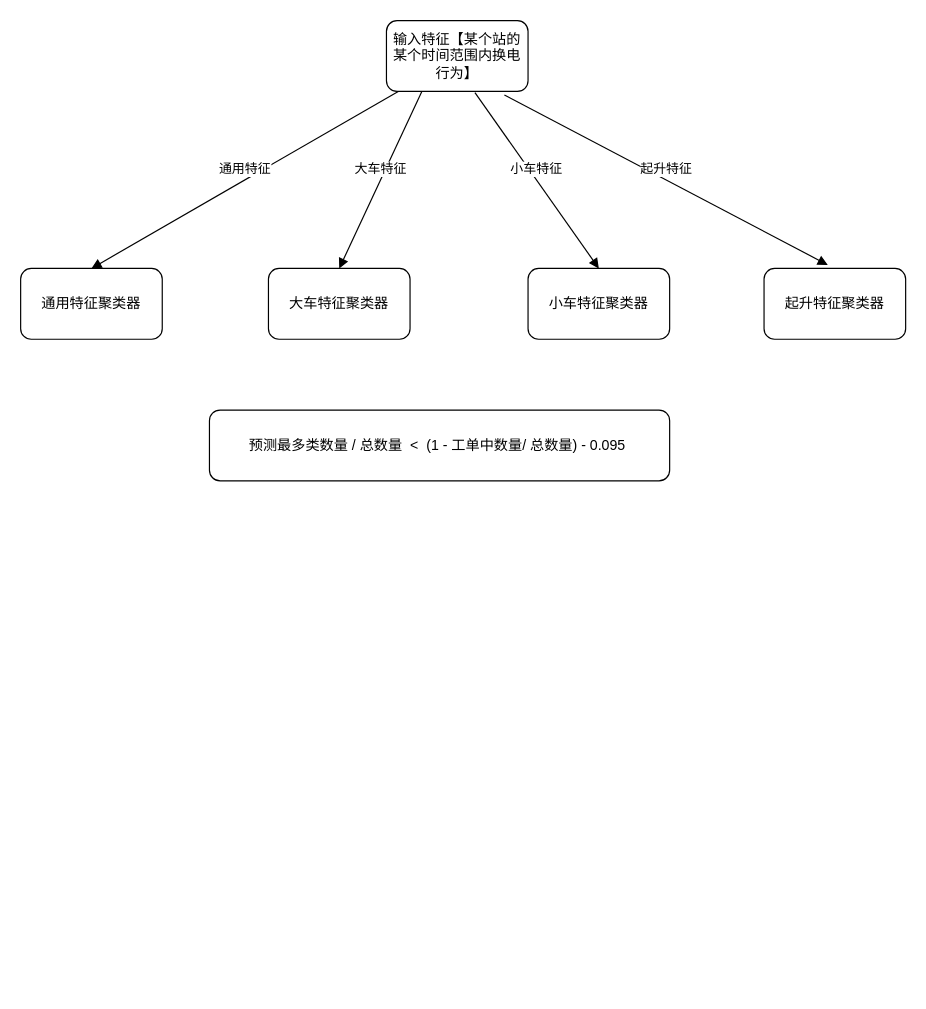
Above: page "第 7 页" (7 of 7) of 数仓.drawio in jzxfr/- (draw.io), before the change. Source tidied: cells renumbered, new cells numbered last; positions are measured from the earlier drawing's top-left corner, leaving out a move shared by most shapes. Both pictures are drawn from the tidied source at 118%, with x=0, y=0 at pixel (20, 20).
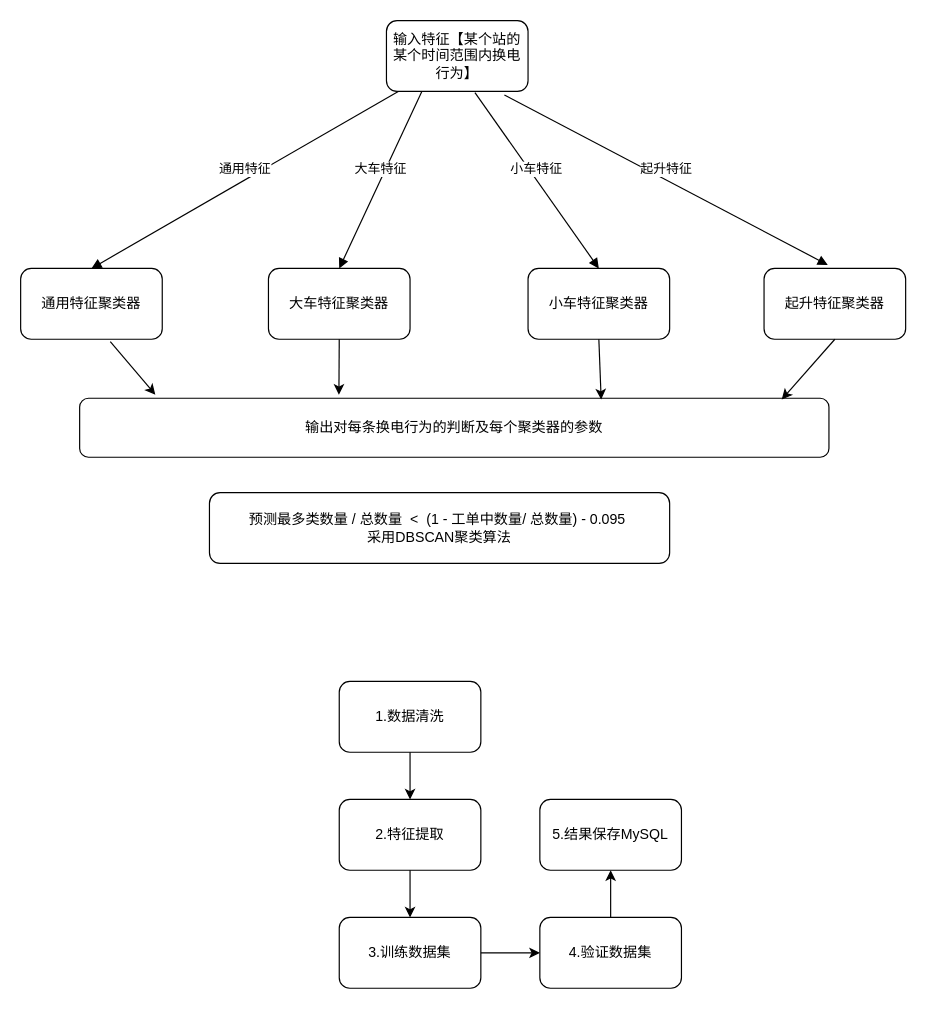
The same diagram, later.

The change refers to these unchanged cells:
```xml
<mxCell id="3" value="通用特征聚类器" style="rounded=1;whiteSpace=wrap;html=1;" parent="1" vertex="1">
  <mxGeometry y="210" width="120" height="60" as="geometry" />
</mxCell>
<mxCell id="4" value="大车特征聚类器" style="rounded=1;whiteSpace=wrap;html=1;" parent="1" vertex="1">
  <mxGeometry x="210" y="210" width="120" height="60" as="geometry" />
</mxCell>
<mxCell id="5" value="小车特征聚类器" style="rounded=1;whiteSpace=wrap;html=1;" parent="1" vertex="1">
  <mxGeometry x="430" y="210" width="120" height="60" as="geometry" />
</mxCell>
<mxCell id="6" value="起升特征聚类器" style="rounded=1;whiteSpace=wrap;html=1;" parent="1" vertex="1">
  <mxGeometry x="630" y="210" width="120" height="60" as="geometry" />
</mxCell>
```

Diff of the diagram source:
```diff
@@
-    <mxCell id="11" value="预测最多类数量 / 总数量&amp;nbsp; &amp;lt;&amp;nbsp; (1 - 工单中数量/ 总数量) - 0.095&amp;nbsp;" style="rounded=1;whiteSpace=wrap;html=1;" parent="1" vertex="1">
-      <mxGeometry x="160" y="330" width="390" height="60" as="geometry" />
+    <mxCell id="11" value="预测最多类数量 / 总数量&amp;nbsp; &amp;lt;&amp;nbsp; (1 - 工单中数量/ 总数量) - 0.095&amp;nbsp;&lt;div&gt;采用DBSCAN聚类算法&lt;/div&gt;" style="rounded=1;whiteSpace=wrap;html=1;" parent="1" vertex="1">
+      <mxGeometry x="160" y="400" width="390" height="60" as="geometry" />
     </mxCell>
+    <mxCell id="12" value="输出对每条换电行为的判断及每个聚类器的参数" style="rounded=1;whiteSpace=wrap;html=1;" parent="1" vertex="1">
+      <mxGeometry x="50" y="320" width="635" height="50" as="geometry" />
+    </mxCell>
+    <mxCell id="13" style="endArrow=classic;html=1;rounded=0;exitX=0.633;exitY=1.033;exitDx=0;exitDy=0;exitPerimeter=0;entryX=0.101;entryY=-0.06;entryDx=0;entryDy=0;entryPerimeter=0;" parent="1" edge="1" source="3" target="12">
+      <mxGeometry relative="1" as="geometry" />
+    </mxCell>
+    <mxCell id="14" style="endArrow=classic;html=1;rounded=0;exitX=0.5;exitY=1;exitDx=0;exitDy=0;entryX=0.346;entryY=-0.06;entryDx=0;entryDy=0;entryPerimeter=0;" parent="1" edge="1" source="4" target="12">
+      <mxGeometry relative="1" as="geometry" />
+    </mxCell>
+    <mxCell id="15" style="endArrow=classic;html=1;rounded=0;exitX=0.5;exitY=1;exitDx=0;exitDy=0;entryX=0.696;entryY=0.02;entryDx=0;entryDy=0;entryPerimeter=0;" parent="1" edge="1" source="5" target="12">
+      <mxGeometry relative="1" as="geometry" />
+    </mxCell>
+    <mxCell id="16" style="endArrow=classic;html=1;rounded=0;exitX=0.5;exitY=1;exitDx=0;exitDy=0;entryX=0.937;entryY=0.02;entryDx=0;entryDy=0;entryPerimeter=0;" parent="1" edge="1" source="6" target="12">
+      <mxGeometry relative="1" as="geometry" />
+    </mxCell>
+    <mxCell id="17" value="1.数据清洗" style="rounded=1;whiteSpace=wrap;html=1;" parent="1" vertex="1">
+      <mxGeometry x="270" y="560" width="120" height="60" as="geometry" />
+    </mxCell>
+    <mxCell id="18" value="2.特征提取" style="rounded=1;whiteSpace=wrap;html=1;" parent="1" vertex="1">
+      <mxGeometry x="270" y="660" width="120" height="60" as="geometry" />
+    </mxCell>
+    <mxCell id="19" style="endArrow=classic;html=1;rounded=0;entryX=0.5;entryY=0;entryDx=0;entryDy=0;" parent="1" edge="1" target="18">
+      <mxGeometry relative="1" as="geometry">
+        <mxPoint x="330" y="620" as="sourcePoint" />
+      </mxGeometry>
+    </mxCell>
+    <mxCell id="20" value="3.训练数据集" style="rounded=1;whiteSpace=wrap;html=1;" parent="1" vertex="1">
+      <mxGeometry x="270" y="760" width="120" height="60" as="geometry" />
+    </mxCell>
+    <mxCell id="21" style="endArrow=classic;html=1;rounded=0;entryX=0.5;entryY=0;entryDx=0;entryDy=0;" parent="1" edge="1" target="20">
+      <mxGeometry relative="1" as="geometry">
+        <mxPoint x="330" y="720" as="sourcePoint" />
+      </mxGeometry>
+    </mxCell>
+    <mxCell id="22" style="edgeStyle=orthogonalEdgeStyle;rounded=0;jettySize=auto;html=1;" parent="1" edge="1" source="23" target="25">
+      <mxGeometry relative="1" as="geometry" />
+    </mxCell>
+    <mxCell id="23" value="4.验证数据集" style="rounded=1;whiteSpace=wrap;html=1;" parent="1" vertex="1">
+      <mxGeometry x="440" y="760" width="120" height="60" as="geometry" />
+    </mxCell>
+    <mxCell id="24" style="endArrow=classic;html=1;rounded=0;entryX=0;entryY=0.5;entryDx=0;entryDy=0;" parent="1" edge="1" target="23">
+      <mxGeometry relative="1" as="geometry">
+        <mxPoint x="390" y="790" as="sourcePoint" />
+      </mxGeometry>
+    </mxCell>
+    <mxCell id="25" value="5.结果保存MySQL" style="whiteSpace=wrap;html=1;rounded=1;" parent="1" vertex="1">
+      <mxGeometry x="440" y="660" width="120" height="60" as="geometry" />
+    </mxCell>
```
